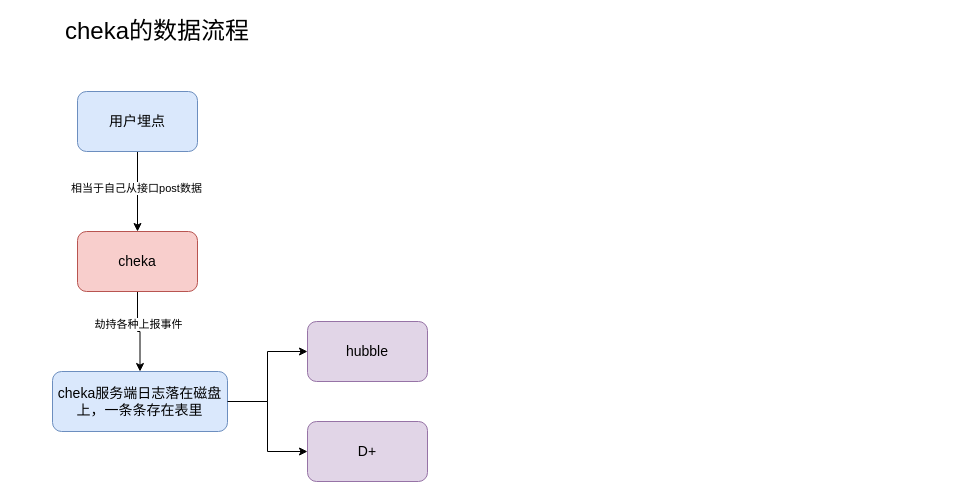
Earlier version of the draw.io diagram cheka.drawio (AnneLau/-algorithm_bubble). Source tidied: cells renumbered, new cells numbered last; positions are measured from the earlier drawing's top-left corner, leaving out a move shared by most shapes. Both pictures are drawn from the tidied source at 100%, with x=0, y=0 at pixel (17, 21).
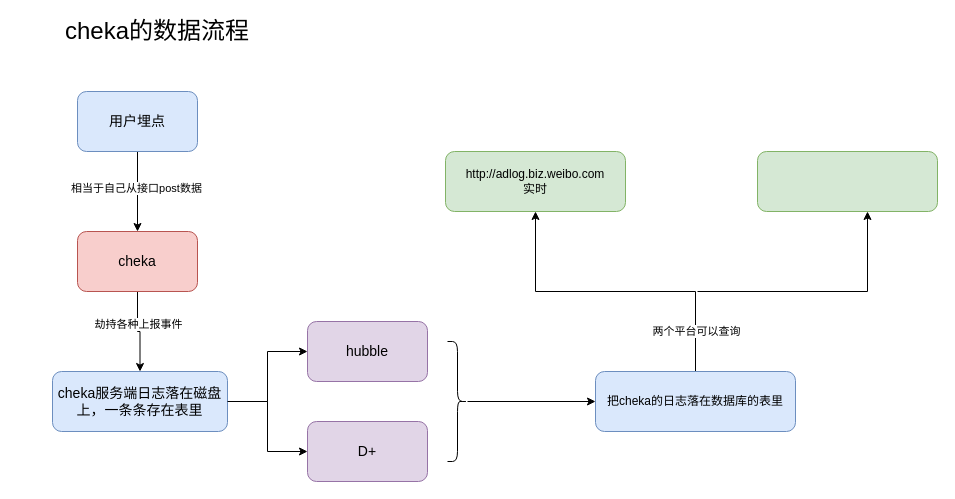
After the change.

What changed in the source:
```diff
@@
+    <mxCell id="14" style="edgeStyle=orthogonalEdgeStyle;rounded=0;jettySize=auto;html=1;" parent="1" edge="1" source="15" target="18">
+      <mxGeometry relative="1" as="geometry" />
+    </mxCell>
+    <mxCell id="15" style="shape=curlyBracket;whiteSpace=wrap;html=1;rounded=1;flipH=1;" parent="1" vertex="1">
+      <mxGeometry x="430" y="320" width="20" height="120" as="geometry" />
+    </mxCell>
+    <mxCell id="16" style="edgeStyle=orthogonalEdgeStyle;rounded=0;jettySize=auto;html=1;" parent="1" edge="1" source="18" target="19">
+      <mxGeometry relative="1" as="geometry" />
+    </mxCell>
+    <mxCell id="17" value="两个平台可以查询" style="edgeLabel;html=1;align=center;verticalAlign=middle;" parent="16" vertex="1">
+      <mxGeometry x="-0.59" y="3" relative="1" as="geometry">
+        <mxPoint x="3" y="25" as="offset" />
+      </mxGeometry>
+    </mxCell>
+    <mxCell id="18" value="把cheka的日志落在数据库的表里" style="whiteSpace=wrap;html=1;rounded=1;fillColor=#dae8fc;strokeColor=#6c8ebf;" parent="1" vertex="1">
+      <mxGeometry x="578" y="350" width="200" height="60" as="geometry" />
+    </mxCell>
+    <mxCell id="19" value="http://adlog.biz.weibo.com&lt;br&gt;实时" style="whiteSpace=wrap;html=1;rounded=1;strokeColor=#82b366;fillColor=#d5e8d4;" parent="1" vertex="1">
+      <mxGeometry x="428" y="130" width="180" height="60" as="geometry" />
+    </mxCell>
+    <mxCell id="20" style="edgeStyle=orthogonalEdgeStyle;rounded=0;orthogonalLoop=1;jettySize=auto;html=1;" parent="1" edge="1">
+      <mxGeometry relative="1" as="geometry">
+        <mxPoint x="680" y="270" as="sourcePoint" />
+        <mxPoint x="850" y="190" as="targetPoint" />
+        <Array as="points">
+          <mxPoint x="850" y="270" />
+        </Array>
+      </mxGeometry>
+    </mxCell>
+    <mxCell id="21" style="whiteSpace=wrap;html=1;rounded=1;strokeColor=#82b366;fillColor=#d5e8d4;" parent="1" vertex="1">
+      <mxGeometry x="740" y="130" width="180" height="60" as="geometry" />
+    </mxCell>
```
